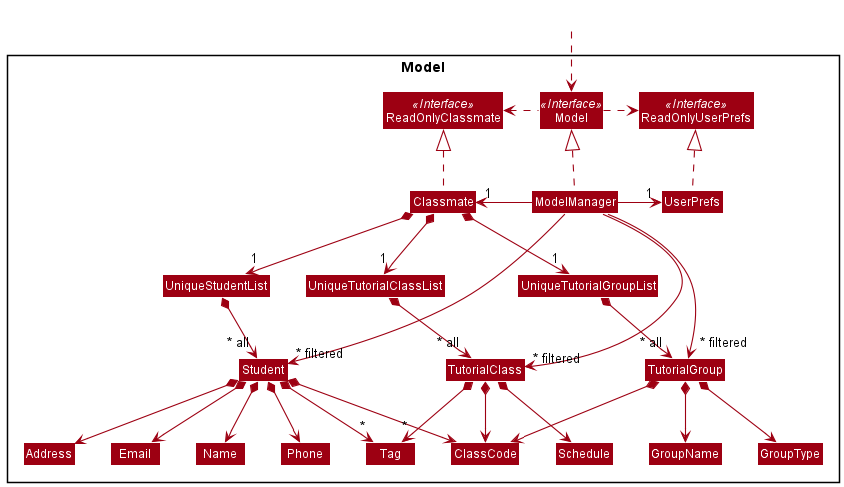
This is docs/images/ModelClassDiagram.png from nus-cs2103-AY2122S1/tp, a PlantUML export, as it was before one commit.
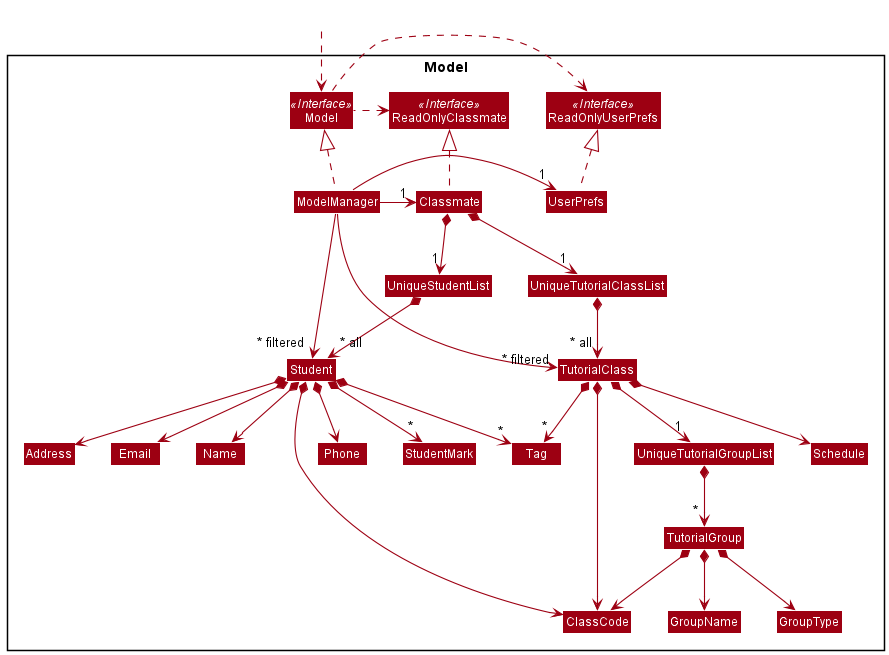
After the commit.

Diff of the diagram source:
```diff
@@ -24,6 +24,7 @@
 Class TutorialGroup
 Class Address
 Class Email
+Class StudentMark
 Class Name
 Class Phone
 Class Tag
@@ -48,16 +49,17 @@
 
 Classmate *--> "1" UniqueStudentList
 Classmate *--> "1" UniqueTutorialClassList
-Classmate *--> "1" UniqueTutorialGroupList
+TutorialClass *--> "1" UniqueTutorialGroupList
 UniqueStudentList *-down-> "~* all" Student
 UniqueTutorialClassList *-down-> "~* all" TutorialClass
-UniqueTutorialGroupList *-down-> "~* all" TutorialGroup
+UniqueTutorialGroupList *-down-> "~* " TutorialGroup
 Student *--> Name
 Student *--> Phone
 Student *--> Email
 Student *--> Address
 Student *--> ClassCode
 Student *--> "*" Tag
+Student *--> "*" StudentMark
 TutorialClass *--> ClassCode
 TutorialClass *--> "*" Tag
 TutorialClass *--> Schedule
@@ -71,5 +73,4 @@
 
 ModelManager -->"~* filtered" Student
 ModelManager -->"~* filtered" TutorialClass
-ModelManager --->"~* filtered" TutorialGroup
 @enduml
```
